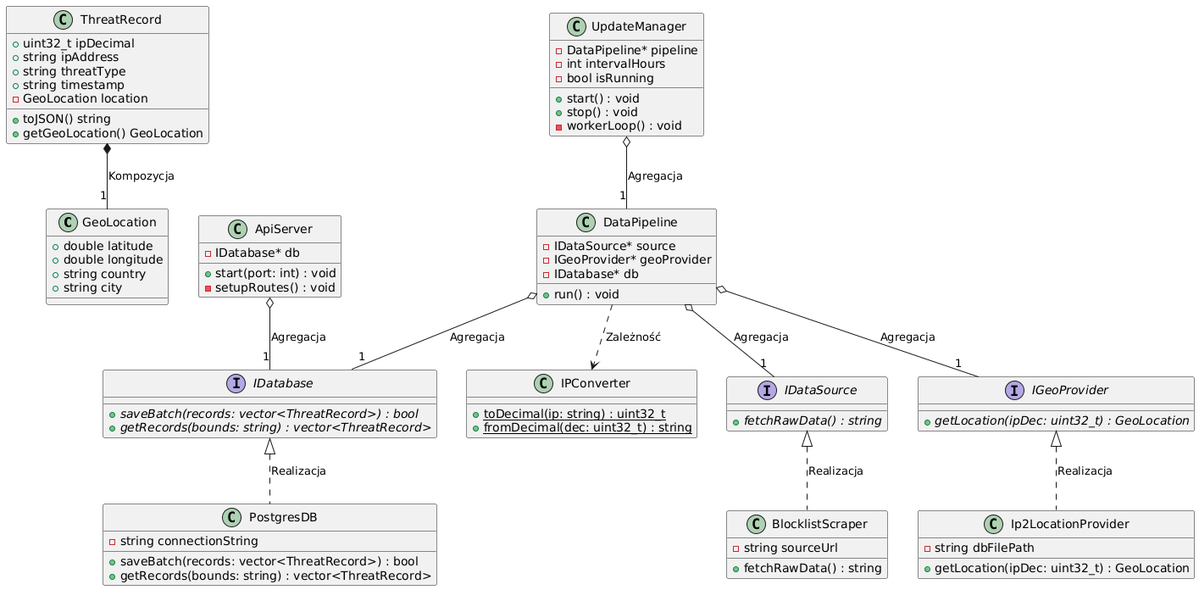
Before: backend/uml.png, a diagram exported from PlantUML (IChwiej/ThreatIntelligenceMap). Its diagram source:
```plantuml
@startuml
class GeoLocation {
    +double latitude
    +double longitude
    +string country
    +string city
}

class ThreatRecord {
    +uint32_t ipDecimal
    +string ipAddress
    +string threatType
    +string timestamp
    -GeoLocation location
    +toJSON() string
    +getGeoLocation() GeoLocation
}

ThreatRecord *-- "1" GeoLocation : Kompozycja

class IPConverter {
    +{static} toDecimal(ip: string) : uint32_t
    +{static} fromDecimal(dec: uint32_t) : string
}

interface IDataSource {
    +{abstract} fetchRawData() : string
}

class BlocklistScraper {
    -string sourceUrl
    +fetchRawData() : string
}
IDataSource <|.. BlocklistScraper : Realizacja

interface IGeoProvider {
    +{abstract} getLocation(ipDec: uint32_t) : GeoLocation
}

class Ip2LocationProvider {
    -string dbFilePath
    +getLocation(ipDec: uint32_t) : GeoLocation
}
IGeoProvider <|.. Ip2LocationProvider : Realizacja

interface IDatabase {
    +{abstract} saveBatch(records: vector<ThreatRecord>) : bool
    +{abstract} getRecords(bounds: string) : vector<ThreatRecord>
}

class PostgresDB {
    -string connectionString
    +saveBatch(records: vector<ThreatRecord>) : bool
    +getRecords(bounds: string) : vector<ThreatRecord>
}
IDatabase <|.. PostgresDB : Realizacja

class DataPipeline {
    -IDataSource* source
    -IGeoProvider* geoProvider
    -IDatabase* db
    +run() : void
}

DataPipeline o-- "1" IDataSource : Agregacja
DataPipeline o-- "1" IGeoProvider : Agregacja
DataPipeline o-- "1" IDatabase : Agregacja
DataPipeline ..> IPConverter : Zależność

class UpdateManager {
    -DataPipeline* pipeline
    -int intervalHours
    -bool isRunning
    +start() : void
    +stop() : void
    -workerLoop() : void
}
UpdateManager o-- "1" DataPipeline : Agregacja

class ApiServer {
    -IDatabase* db
    +start(port: int) : void
    -setupRoutes() : void
}
ApiServer o-- "1" IDatabase : Agregacja
@enduml
```
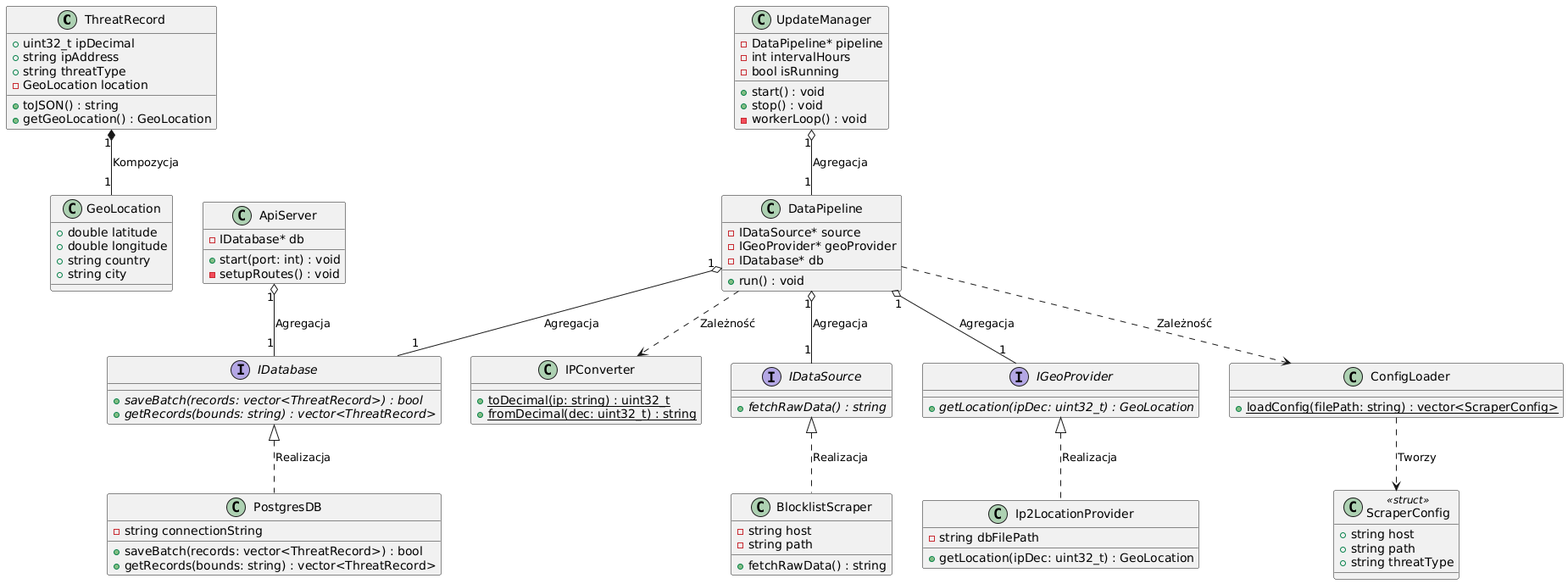
The same diagram one commit later.

Change to the diagram source:
```diff
@@ -1,86 +1,103 @@
 @startuml
-class GeoLocation {
-    +double latitude
-    +double longitude
-    +string country
-    +string city
+class ThreatRecord {
+  + uint32_t ipDecimal
+  + string ipAddress
+  + string threatType
+  - GeoLocation location
+  + toJSON() : string
+  + getGeoLocation() : GeoLocation
 }
 
-class ThreatRecord {
-    +uint32_t ipDecimal
-    +string ipAddress
-    +string threatType
-    +string timestamp
-    -GeoLocation location
-    +toJSON() string
-    +getGeoLocation() GeoLocation
+class GeoLocation {
+  + double latitude
+  + double longitude
+  + string country
+  + string city
 }
 
-ThreatRecord *-- "1" GeoLocation : Kompozycja
+ThreatRecord "1" *-- "1" GeoLocation : Kompozycja
+
+class ApiServer {
+  - IDatabase* db
+  + start(port: int) : void
+  - setupRoutes() : void
+}
+
+interface IDatabase {
+  + {abstract} saveBatch(records: vector<ThreatRecord>) : bool
+  + {abstract} getRecords(bounds: string) : vector<ThreatRecord>
+}
+
+class PostgresDB {
+  - string connectionString
+  + saveBatch(records: vector<ThreatRecord>) : bool
+  + getRecords(bounds: string) : vector<ThreatRecord>
+}
+
+IDatabase <|.. PostgresDB : Realizacja
+ApiServer "1" o-- "1" IDatabase : Agregacja
+
+class UpdateManager {
+  - DataPipeline* pipeline
+  - int intervalHours
+  - bool isRunning
+  + start() : void
+  + stop() : void
+  - workerLoop() : void
+}
+
+class DataPipeline {
+  - IDataSource* source
+  - IGeoProvider* geoProvider
+  - IDatabase* db
+  + run() : void
+}
+
+UpdateManager "1" o-- "1" DataPipeline : Agregacja
+DataPipeline "1" o-- "1" IDatabase : Agregacja
 
 class IPConverter {
-    +{static} toDecimal(ip: string) : uint32_t
-    +{static} fromDecimal(dec: uint32_t) : string
+  + {static} toDecimal(ip: string) : uint32_t
+  + {static} fromDecimal(dec: uint32_t) : string
 }
 
+DataPipeline ..> IPConverter : Zależność
+
 interface IDataSource {
-    +{abstract} fetchRawData() : string
+  + {abstract} fetchRawData() : string
 }
 
 class BlocklistScraper {
-    -string sourceUrl
-    +fetchRawData() : string
+  - string host
+  - string path
+  + fetchRawData() : string
 }
+
 IDataSource <|.. BlocklistScraper : Realizacja
+DataPipeline "1" o-- "1" IDataSource : Agregacja
 
 interface IGeoProvider {
-    +{abstract} getLocation(ipDec: uint32_t) : GeoLocation
+  + {abstract} getLocation(ipDec: uint32_t) : GeoLocation
 }
 
 class Ip2LocationProvider {
-    -string dbFilePath
-    +getLocation(ipDec: uint32_t) : GeoLocation
-}
-IGeoProvider <|.. Ip2LocationProvider : Realizacja
-
-interface IDatabase {
-    +{abstract} saveBatch(records: vector<ThreatRecord>) : bool
-    +{abstract} getRecords(bounds: string) : vector<ThreatRecord>
+  - string dbFilePath
+  + getLocation(ipDec: uint32_t) : GeoLocation
 }
 
-class PostgresDB {
-    -string connectionString
-    +saveBatch(records: vector<ThreatRecord>) : bool
-    +getRecords(bounds: string) : vector<ThreatRecord>
-}
-IDatabase <|.. PostgresDB : Realizacja
+IGeoProvider <|.. Ip2LocationProvider : Realizacja
+DataPipeline "1" o-- "1" IGeoProvider : Agregacja
 
-class DataPipeline {
-    -IDataSource* source
-    -IGeoProvider* geoProvider
-    -IDatabase* db
-    +run() : void
+class ScraperConfig <<struct>> {
+  + string host
+  + string path
+  + string threatType
 }
 
-DataPipeline o-- "1" IDataSource : Agregacja
-DataPipeline o-- "1" IGeoProvider : Agregacja
-DataPipeline o-- "1" IDatabase : Agregacja
-DataPipeline ..> IPConverter : Zależność
+class ConfigLoader {
+  + {static} loadConfig(filePath: string) : vector<ScraperConfig>
+}
 
-class UpdateManager {
-    -DataPipeline* pipeline
-    -int intervalHours
-    -bool isRunning
-    +start() : void
-    +stop() : void
-    -workerLoop() : void
-}
-UpdateManager o-- "1" DataPipeline : Agregacja
-
-class ApiServer {
-    -IDatabase* db
-    +start(port: int) : void
-    -setupRoutes() : void
-}
-ApiServer o-- "1" IDatabase : Agregacja
+ConfigLoader ..> ScraperConfig : Tworzy
+DataPipeline ..> ConfigLoader : Zależność
 @enduml
```
